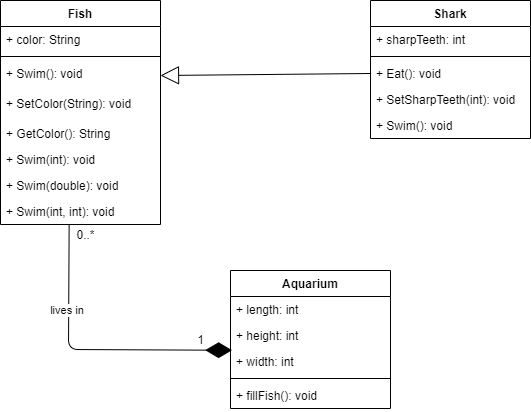
Earlier version of the draw.io export ExerciseW2.png (natasha-amiera/Week2ClassDiagram). Source tidied: cells renumbered, new cells last; positions are measured from the earlier drawing's top-left corner, leaving out a move shared by most shapes. Its diagram source:
```xml
<mxGraphModel>
  <root>
    <mxCell id="0" />
    <mxCell id="1" parent="0" />
    <mxCell id="2" value="Fish" style="swimlane;fontStyle=1;align=center;verticalAlign=top;horizontal=1;startSize=26;" parent="1" vertex="1">
      <mxGeometry width="160" height="224" as="geometry" />
    </mxCell>
    <mxCell id="3" value="+ color: String" style="text;strokeColor=none;fillColor=none;align=left;verticalAlign=top;spacingLeft=4;spacingRight=4;overflow=hidden;" parent="2" vertex="1">
      <mxGeometry y="26" width="160" height="26" as="geometry" />
    </mxCell>
    <mxCell id="4" style="line;strokeWidth=1;fillColor=none;align=left;verticalAlign=middle;spacingTop=-1;spacingLeft=3;spacingRight=3;labelPosition=right;" parent="2" vertex="1">
      <mxGeometry y="52" width="160" height="8" as="geometry" />
    </mxCell>
    <mxCell id="5" value="+ Swim(): void" style="text;strokeColor=none;fillColor=none;align=left;verticalAlign=top;spacingLeft=4;spacingRight=4;overflow=hidden;points=[[0,0.5],[1,0.5]];portConstraint=eastwest;" parent="2" vertex="1">
      <mxGeometry y="60" width="160" height="30" as="geometry" />
    </mxCell>
    <mxCell id="6" value="+ SetColor(String): void" style="text;strokeColor=none;fillColor=none;align=left;verticalAlign=top;spacingLeft=4;spacingRight=4;overflow=hidden;" parent="2" vertex="1">
      <mxGeometry y="90" width="160" height="30" as="geometry" />
    </mxCell>
    <mxCell id="7" value="+ GetColor(): String" style="text;strokeColor=none;fillColor=none;align=left;verticalAlign=top;spacingLeft=4;spacingRight=4;overflow=hidden;" parent="2" vertex="1">
      <mxGeometry y="120" width="160" height="26" as="geometry" />
    </mxCell>
    <mxCell id="8" value="+ Swim(int): void" style="text;strokeColor=none;fillColor=none;align=left;verticalAlign=top;spacingLeft=4;spacingRight=4;overflow=hidden;" parent="2" vertex="1">
      <mxGeometry y="146" width="160" height="26" as="geometry" />
    </mxCell>
    <mxCell id="9" value="+ Swim(double): void" style="text;strokeColor=none;fillColor=none;align=left;verticalAlign=top;spacingLeft=4;spacingRight=4;overflow=hidden;" parent="2" vertex="1">
      <mxGeometry y="172" width="160" height="26" as="geometry" />
    </mxCell>
    <mxCell id="10" value="+ Swim(int, int): void" style="text;strokeColor=none;fillColor=none;align=left;verticalAlign=top;spacingLeft=4;spacingRight=4;overflow=hidden;points=[[0,0.5],[1,0.5]];portConstraint=eastwest;" parent="2" vertex="1">
      <mxGeometry y="198" width="160" height="26" as="geometry" />
    </mxCell>
    <mxCell id="11" style="endArrow=diamondThin;endFill=1;endSize=24;html=1;entryX=0.01;entryY=0.068;entryDx=0;entryDy=0;entryPerimeter=0;exitX=0.429;exitY=0.995;exitDx=0;exitDy=0;exitPerimeter=0;" parent="1" edge="1" source="10" target="16">
      <mxGeometry relative="1" as="geometry">
        <Array as="points">
          <mxPoint x="68" y="349" />
        </Array>
      </mxGeometry>
    </mxCell>
    <mxCell id="12" value="lives in&amp;nbsp;" style="edgeLabel;html=1;align=center;verticalAlign=middle;" parent="11" vertex="1">
      <mxGeometry x="-0.16" y="-1" relative="1" as="geometry">
        <mxPoint y="-36" as="offset" />
      </mxGeometry>
    </mxCell>
    <mxCell id="13" value="Aquarium" style="swimlane;fontStyle=1;align=center;verticalAlign=top;horizontal=1;startSize=26;" parent="1" vertex="1">
      <mxGeometry x="230" y="270" width="160" height="138" as="geometry" />
    </mxCell>
    <mxCell id="14" value="+ length: int" style="text;strokeColor=none;fillColor=none;align=left;verticalAlign=top;spacingLeft=4;spacingRight=4;overflow=hidden;" parent="13" vertex="1">
      <mxGeometry y="26" width="160" height="26" as="geometry" />
    </mxCell>
    <mxCell id="15" value="+ height: int" style="text;strokeColor=none;fillColor=none;align=left;verticalAlign=top;spacingLeft=4;spacingRight=4;overflow=hidden;" parent="13" vertex="1">
      <mxGeometry y="52" width="160" height="26" as="geometry" />
    </mxCell>
    <mxCell id="16" value="+ width: int" style="text;strokeColor=none;fillColor=none;align=left;verticalAlign=top;spacingLeft=4;spacingRight=4;overflow=hidden;points=[[0,0.5],[1,0.5]];portConstraint=eastwest;" parent="13" vertex="1">
      <mxGeometry y="78" width="160" height="26" as="geometry" />
    </mxCell>
    <mxCell id="17" style="line;strokeWidth=1;fillColor=none;align=left;verticalAlign=middle;spacingTop=-1;spacingLeft=3;spacingRight=3;labelPosition=right;" parent="13" vertex="1">
      <mxGeometry y="104" width="160" height="8" as="geometry" />
    </mxCell>
    <mxCell id="18" value="+ fillFish(): void" style="text;strokeColor=none;fillColor=none;align=left;verticalAlign=top;spacingLeft=4;spacingRight=4;overflow=hidden;" parent="13" vertex="1">
      <mxGeometry y="112" width="160" height="26" as="geometry" />
    </mxCell>
    <mxCell id="19" style="endArrow=block;endSize=16;endFill=0;html=1;entryX=1;entryY=0.5;entryDx=0;entryDy=0;exitX=0;exitY=0.5;exitDx=0;exitDy=0;" parent="1" edge="1" source="23" target="5">
      <mxGeometry relative="1" as="geometry" />
    </mxCell>
    <mxCell id="20" value="Shark" style="swimlane;fontStyle=1;align=center;verticalAlign=top;horizontal=1;startSize=26;" parent="1" vertex="1">
      <mxGeometry x="370" width="160" height="138" as="geometry" />
    </mxCell>
    <mxCell id="21" value="+ sharpTeeth: int" style="text;strokeColor=none;fillColor=none;align=left;verticalAlign=top;spacingLeft=4;spacingRight=4;overflow=hidden;" parent="20" vertex="1">
      <mxGeometry y="26" width="160" height="26" as="geometry" />
    </mxCell>
    <mxCell id="22" style="line;strokeWidth=1;fillColor=none;align=left;verticalAlign=middle;spacingTop=-1;spacingLeft=3;spacingRight=3;labelPosition=right;" parent="20" vertex="1">
      <mxGeometry y="52" width="160" height="8" as="geometry" />
    </mxCell>
    <mxCell id="23" value="+ Eat(): void" style="text;strokeColor=none;fillColor=none;align=left;verticalAlign=top;spacingLeft=4;spacingRight=4;overflow=hidden;points=[[0,0.5],[1,0.5]];portConstraint=eastwest;" parent="20" vertex="1">
      <mxGeometry y="60" width="160" height="26" as="geometry" />
    </mxCell>
    <mxCell id="24" value="+ SetSharpTeeth(int): void" style="text;strokeColor=none;fillColor=none;align=left;verticalAlign=top;spacingLeft=4;spacingRight=4;overflow=hidden;" parent="20" vertex="1">
      <mxGeometry y="86" width="160" height="26" as="geometry" />
    </mxCell>
    <mxCell id="25" value="+ Swim(): void" style="text;strokeColor=none;fillColor=none;align=left;verticalAlign=top;spacingLeft=4;spacingRight=4;overflow=hidden;" parent="20" vertex="1">
      <mxGeometry y="112" width="160" height="26" as="geometry" />
    </mxCell>
    <mxCell id="26" value="1" style="text;html=1;align=center;verticalAlign=middle;" parent="1" vertex="1">
      <mxGeometry x="190" y="329" width="20" height="20" as="geometry" />
    </mxCell>
    <mxCell id="27" value="0..*" style="text;html=1;align=center;verticalAlign=middle;" parent="1" vertex="1">
      <mxGeometry x="70" y="224" width="30" height="20" as="geometry" />
    </mxCell>
  </root>
</mxGraphModel>
```
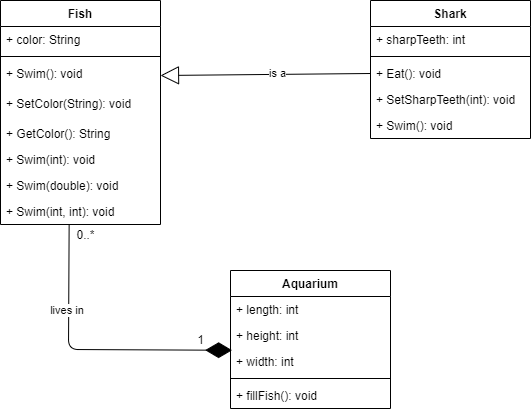
Later version of the same file.

Diff of the diagram source:
```diff
@@ -62,6 +62,11 @@
     <mxCell id="19" style="endArrow=block;endSize=16;endFill=0;html=1;entryX=1;entryY=0.5;entryDx=0;entryDy=0;exitX=0;exitY=0.5;exitDx=0;exitDy=0;" parent="1" edge="1" source="23" target="5">
       <mxGeometry relative="1" as="geometry" />
     </mxCell>
+    <mxCell id="28" value="is a" style="edgeLabel;html=1;align=center;verticalAlign=middle;" parent="19" vertex="1">
+      <mxGeometry x="-0.12" y="-1" relative="1" as="geometry">
+        <mxPoint x="-2" as="offset" />
+      </mxGeometry>
+    </mxCell>
     <mxCell id="20" value="Shark" style="swimlane;fontStyle=1;align=center;verticalAlign=top;horizontal=1;startSize=26;" parent="1" vertex="1">
       <mxGeometry x="370" width="160" height="138" as="geometry" />
     </mxCell>
```
